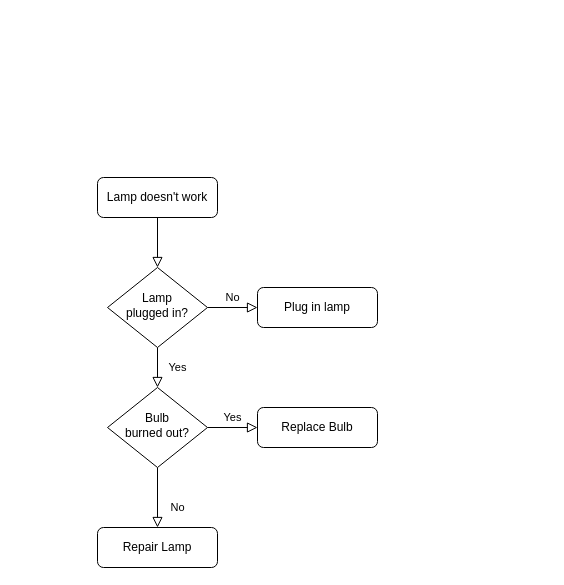
agratapatel/artlife keeps this draw.io diagram as Untitled Diagram.drawio. Above is the earlier version. Source tidied: cells renumbered, new cells numbered last; positions are measured from the earlier drawing's top-left corner, leaving out a move shared by most shapes. Both pictures are drawn from the tidied source at 100%, with x=0, y=0 at pixel (97, 177).
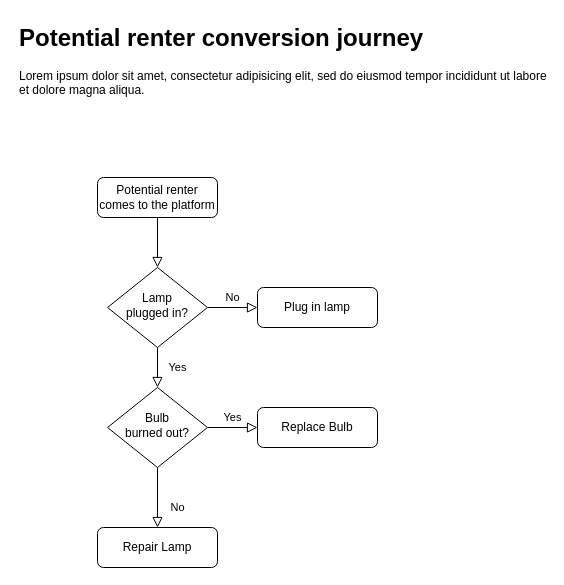
After the change.

Diff of the diagram source:
```diff
@@
 <mxGraphModel>
   <root>
     <mxCell id="0" />
     <mxCell id="1" parent="0" />
     <mxCell id="2" style="rounded=0;html=1;jettySize=auto;fontSize=11;endArrow=block;endFill=0;endSize=8;strokeWidth=1;shadow=0;labelBackgroundColor=none;edgeStyle=orthogonalEdgeStyle;" parent="1" edge="1" source="3" target="6">
       <mxGeometry relative="1" as="geometry" />
     </mxCell>
-    <mxCell id="3" value="Lamp doesn't work" style="rounded=1;whiteSpace=wrap;html=1;fontSize=12;glass=0;strokeWidth=1;shadow=0;" parent="1" vertex="1">
+    <mxCell id="3" value="Potential renter comes to the platform" style="rounded=1;whiteSpace=wrap;html=1;fontSize=12;glass=0;strokeWidth=1;shadow=0;" parent="1" vertex="1">
       <mxGeometry width="120" height="40" as="geometry" />
     </mxCell>
     <mxCell id="4" value="Yes" style="rounded=0;html=1;jettySize=auto;fontSize=11;endArrow=block;endFill=0;endSize=8;strokeWidth=1;shadow=0;labelBackgroundColor=none;edgeStyle=orthogonalEdgeStyle;" parent="1" edge="1" source="6" target="10">
       <mxGeometry y="20" relative="1" as="geometry" />
     </mxCell>
     <mxCell id="5" value="No" style="edgeStyle=orthogonalEdgeStyle;rounded=0;html=1;jettySize=auto;fontSize=11;endArrow=block;endFill=0;endSize=8;strokeWidth=1;shadow=0;labelBackgroundColor=none;" parent="1" edge="1" source="6" target="7">
       <mxGeometry y="10" relative="1" as="geometry" />
     </mxCell>
     <mxCell id="6" value="Lamp&lt;br&gt;plugged in?" style="rhombus;whiteSpace=wrap;html=1;shadow=0;fontFamily=Helvetica;fontSize=12;align=center;strokeWidth=1;spacing=6;spacingTop=-4;" parent="1" vertex="1">
       <mxGeometry x="10" y="90" width="100" height="80" as="geometry" />
     </mxCell>
     <mxCell id="7" value="Plug in lamp" style="rounded=1;whiteSpace=wrap;html=1;fontSize=12;glass=0;strokeWidth=1;shadow=0;" parent="1" vertex="1">
       <mxGeometry x="160" y="110" width="120" height="40" as="geometry" />
     </mxCell>
     <mxCell id="8" value="No" style="rounded=0;html=1;jettySize=auto;fontSize=11;endArrow=block;endFill=0;endSize=8;strokeWidth=1;shadow=0;labelBackgroundColor=none;edgeStyle=orthogonalEdgeStyle;" parent="1" edge="1" source="10" target="11">
       <mxGeometry x="0.33" y="20" relative="1" as="geometry" />
     </mxCell>
     <mxCell id="9" value="Yes" style="edgeStyle=orthogonalEdgeStyle;rounded=0;html=1;jettySize=auto;fontSize=11;endArrow=block;endFill=0;endSize=8;strokeWidth=1;shadow=0;labelBackgroundColor=none;" parent="1" edge="1" source="10" target="12">
       <mxGeometry y="10" relative="1" as="geometry" />
     </mxCell>
     <mxCell id="10" value="Bulb&lt;br&gt;burned out?" style="rhombus;whiteSpace=wrap;html=1;shadow=0;fontFamily=Helvetica;fontSize=12;align=center;strokeWidth=1;spacing=6;spacingTop=-4;" parent="1" vertex="1">
       <mxGeometry x="10" y="210" width="100" height="80" as="geometry" />
     </mxCell>
     <mxCell id="11" value="Repair Lamp" style="rounded=1;whiteSpace=wrap;html=1;fontSize=12;glass=0;strokeWidth=1;shadow=0;" parent="1" vertex="1">
       <mxGeometry y="350" width="120" height="40" as="geometry" />
     </mxCell>
     <mxCell id="12" value="Replace Bulb" style="rounded=1;whiteSpace=wrap;html=1;fontSize=12;glass=0;strokeWidth=1;shadow=0;" parent="1" vertex="1">
       <mxGeometry x="160" y="230" width="120" height="40" as="geometry" />
     </mxCell>
+    <mxCell id="13" value="&lt;h1 style=&quot;margin-top: 0px;&quot;&gt;Potential renter conversion journey&lt;/h1&gt;&lt;p&gt;Lorem ipsum dolor sit amet, consectetur adipisicing elit, sed do eiusmod tempor incididunt ut labore et dolore magna aliqua.&lt;/p&gt;" style="text;html=1;whiteSpace=wrap;overflow=hidden;rounded=0;" parent="1" vertex="1">
+      <mxGeometry x="-80" y="-160" width="530" height="120" as="geometry" />
+    </mxCell>
   </root>
 </mxGraphModel>
```
